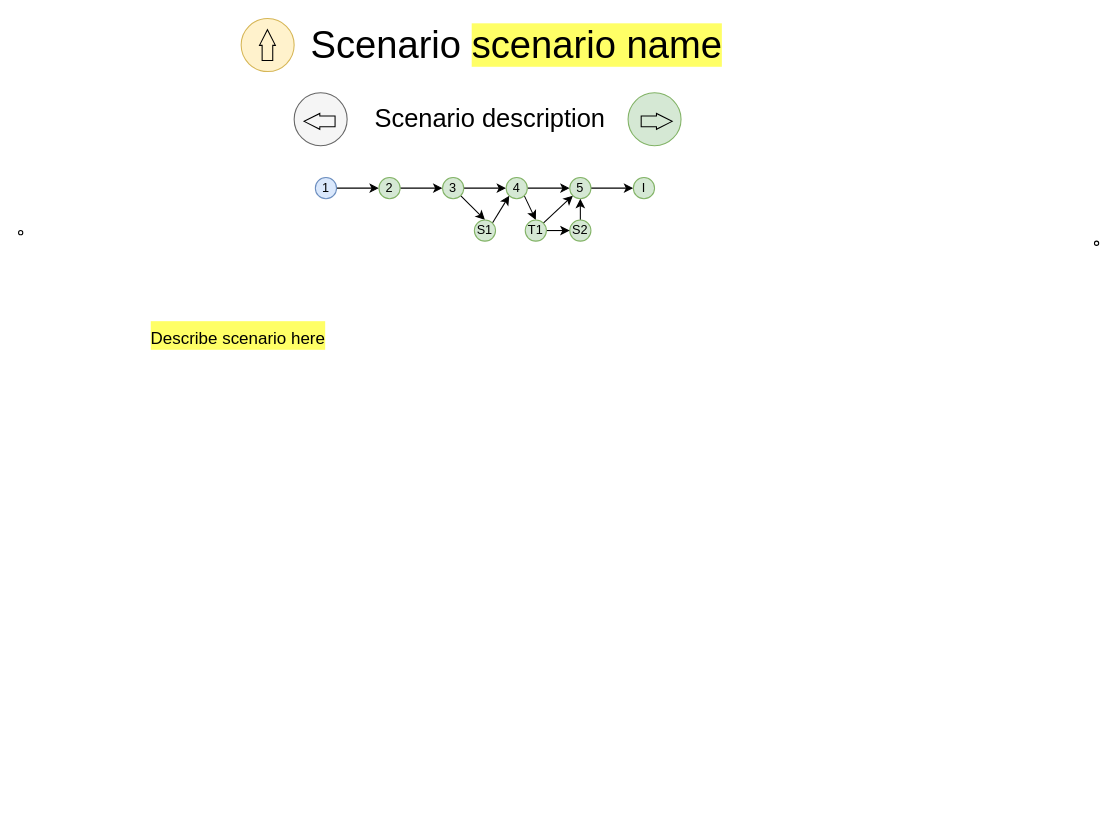
The draw.io diagram page "1" (1 of 9) of spec/BaseScenario.drawio in Pruvendo/hipo-wallet, before the edit. Source tidied: cells renumbered, new cells numbered last; positions are measured from the earlier drawing's top-left corner, leaving out a move shared by most shapes. Both pictures are drawn from the tidied source at 106%, with x=0, y=0 at pixel (18, 18).
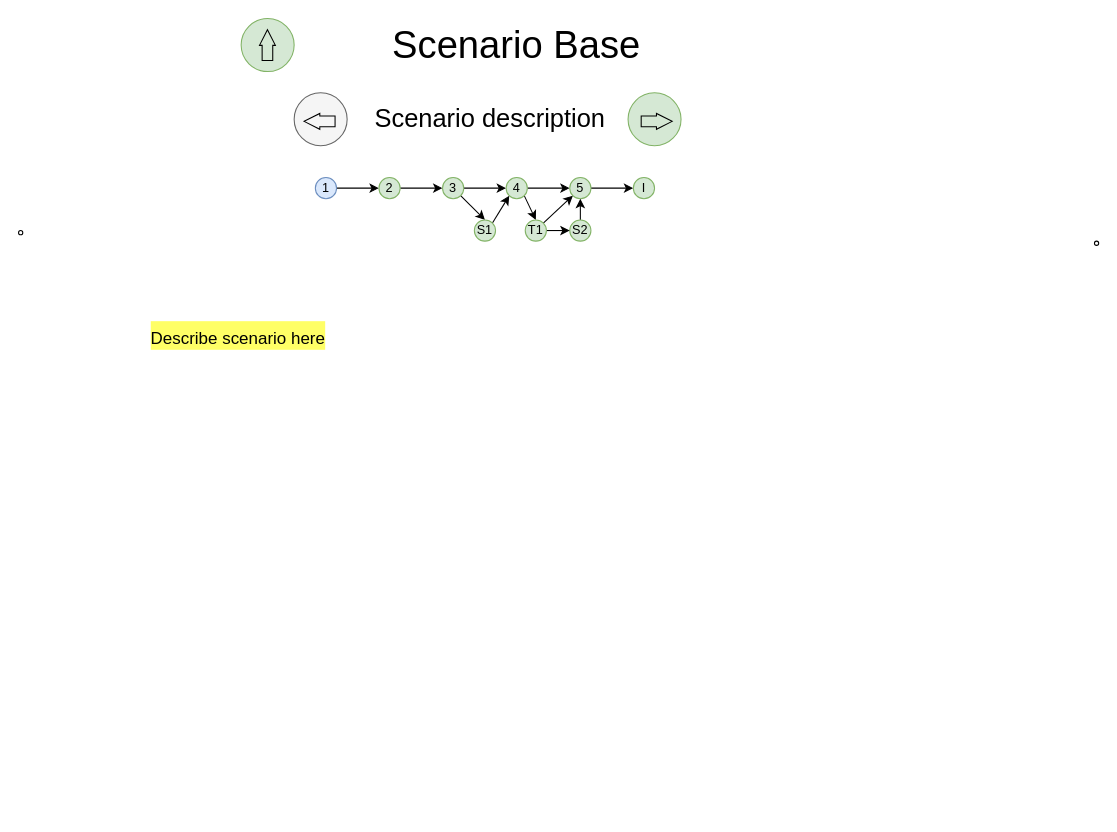
The same diagram, later.

Change to the diagram source:
```diff
@@
-    <mxCell id="2" value="Scenario &lt;span style=&quot;background-color: rgb(255, 255, 102);&quot;&gt;scenario name&lt;/span&gt;" style="text;html=1;strokeColor=none;fillColor=none;align=center;verticalAlign=middle;whiteSpace=wrap;rounded=0;fontSize=36;" parent="1" vertex="1">
+    <mxCell id="2" value="Scenario Base" style="text;html=1;strokeColor=none;fillColor=none;align=center;verticalAlign=middle;whiteSpace=wrap;rounded=0;fontSize=36;" parent="1" vertex="1">
       <mxGeometry x="245" y="10" width="450" height="30" as="geometry" />
     </mxCell>
@@
-    <mxCell id="5" style="ellipse;whiteSpace=wrap;html=1;fillColor=#fff2cc;strokeColor=#d6b656;" parent="1" vertex="1">
+    <mxCell id="5" style="ellipse;whiteSpace=wrap;html=1;fillColor=#d5e8d4;strokeColor=#82b366;" parent="1" vertex="1">
       <mxGeometry x="210" width="50" height="50" as="geometry" />
     </mxCell>
```
